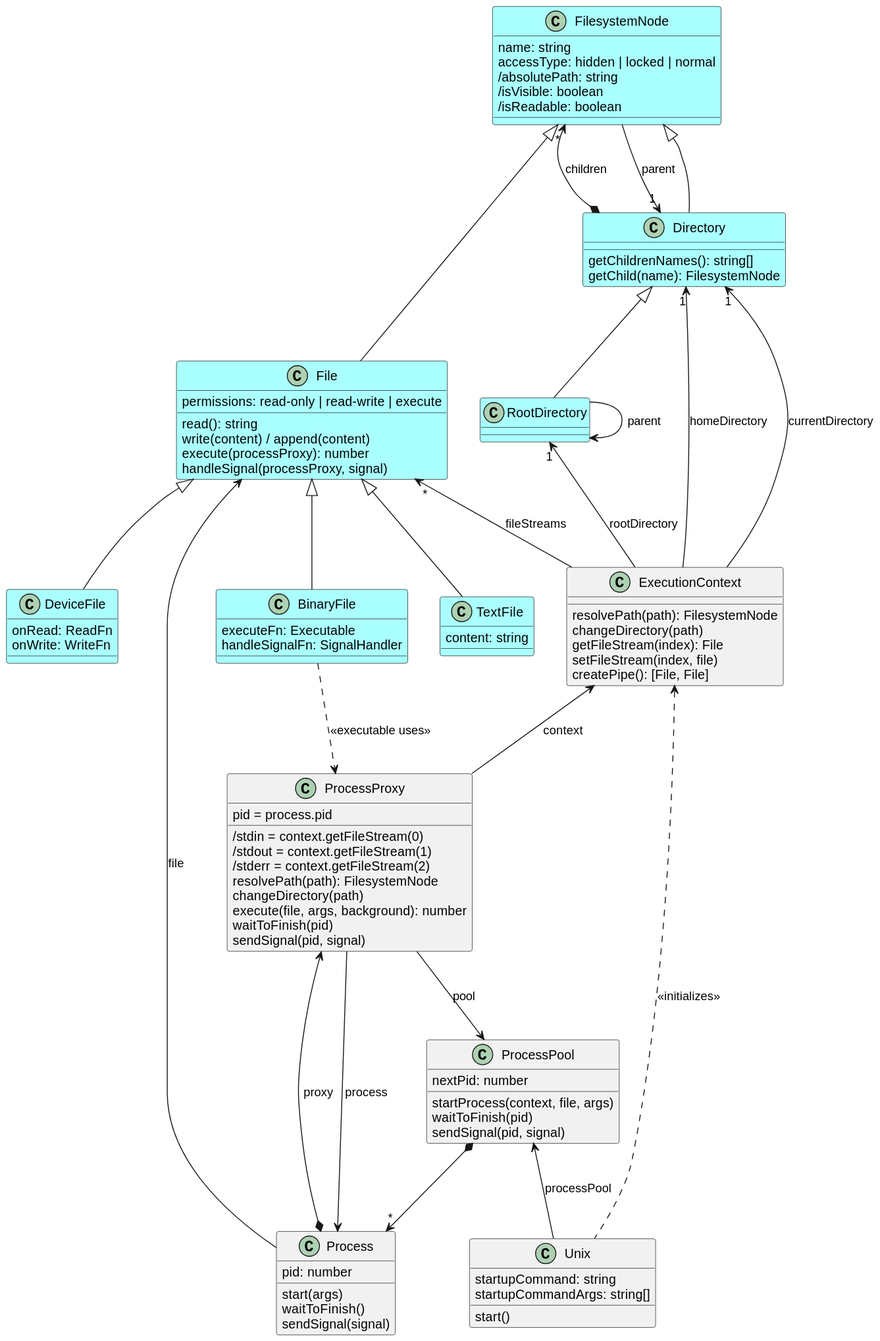
Earlier version of the PlantUML export core/doc/class-diagram.svg (p-rivero/unix-js).
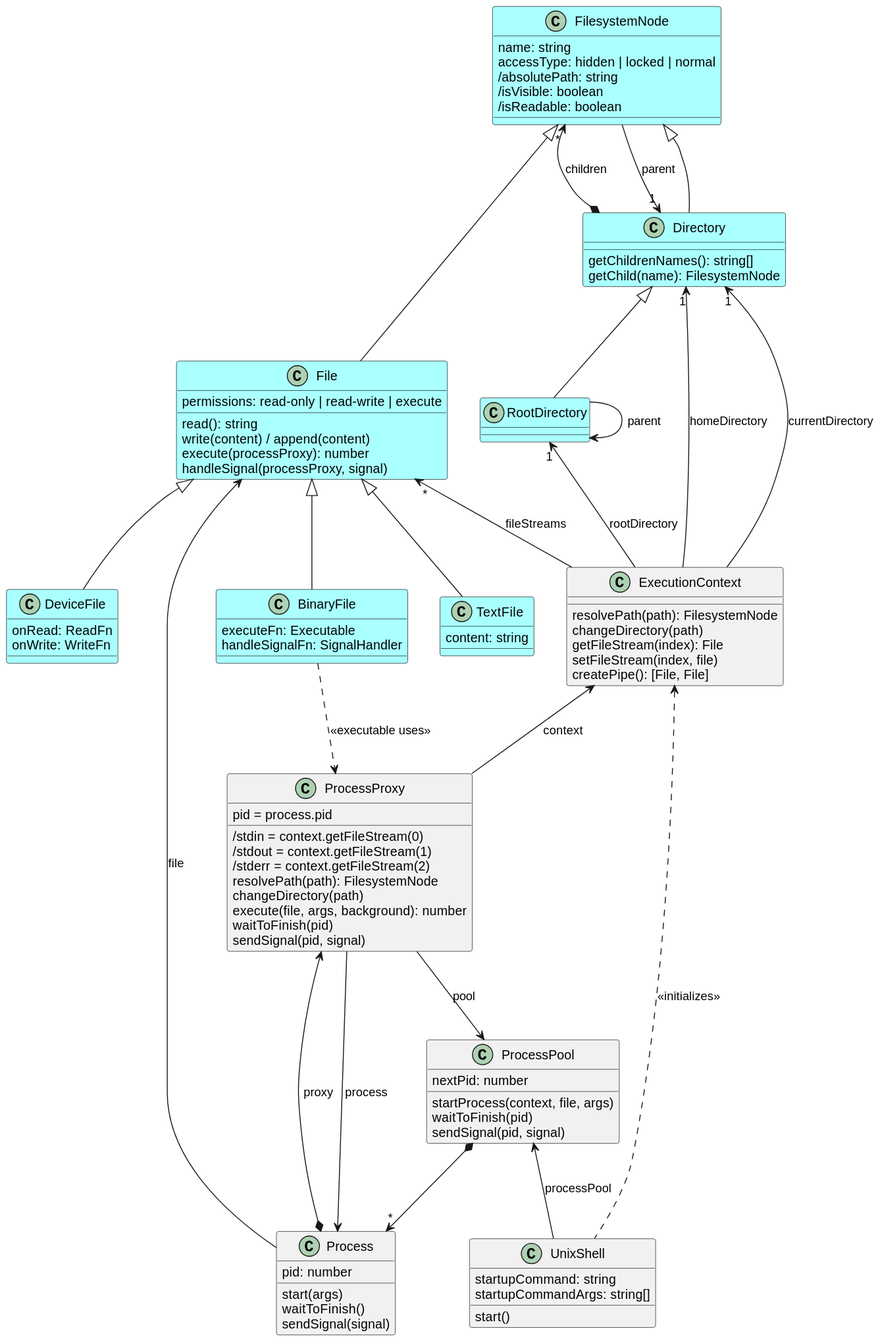
The same diagram one commit later.

Commit message:
Unify Unix and Shell

What changed in the source:
```diff
@@ -98,11 +98,11 @@
 Process *-u-> ProcessProxy : proxy
 
 
-class Unix {
+class UnixShell {
     startupCommand: string
     startupCommandArgs: string[]
     start()
 }
-Unix -u-> ProcessPool : processPool
-Unix .u.> ExecutionContext : <<initializes>>
+UnixShell -u-> ProcessPool : processPool
+UnixShell .u.> ExecutionContext : <<initializes>>
 @enduml
```
